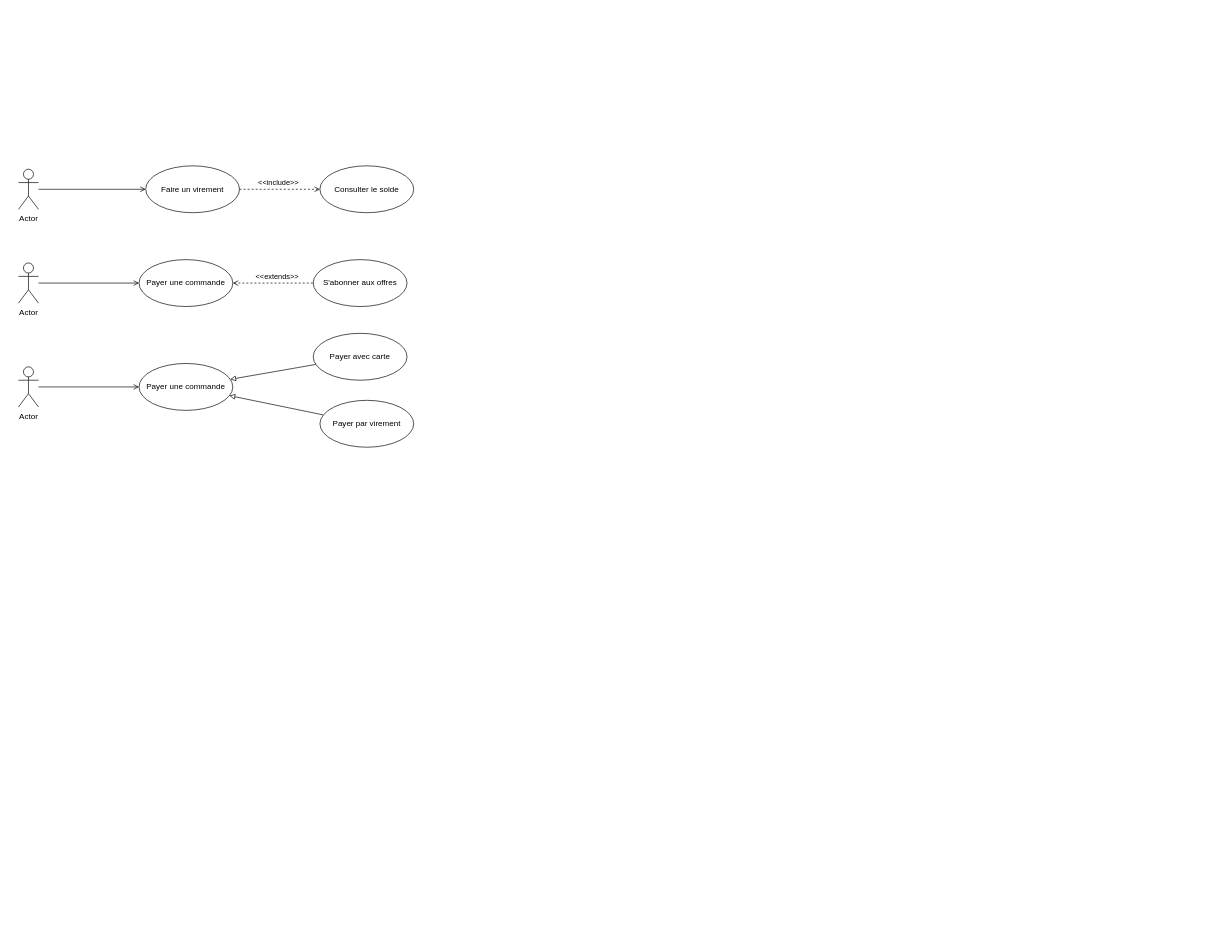
This is UseCases/Diagrammes/Diagramme base.drawio from choquitofrito/Int3-WAD-UML, a draw.io file, before an edit. Source tidied: cells renumbered, new cells numbered last; positions are measured from the earlier drawing's top-left corner, leaving out a move shared by most shapes. Both pictures are drawn from the tidied source at 67%, with x=0, y=0 at pixel (18, 165).
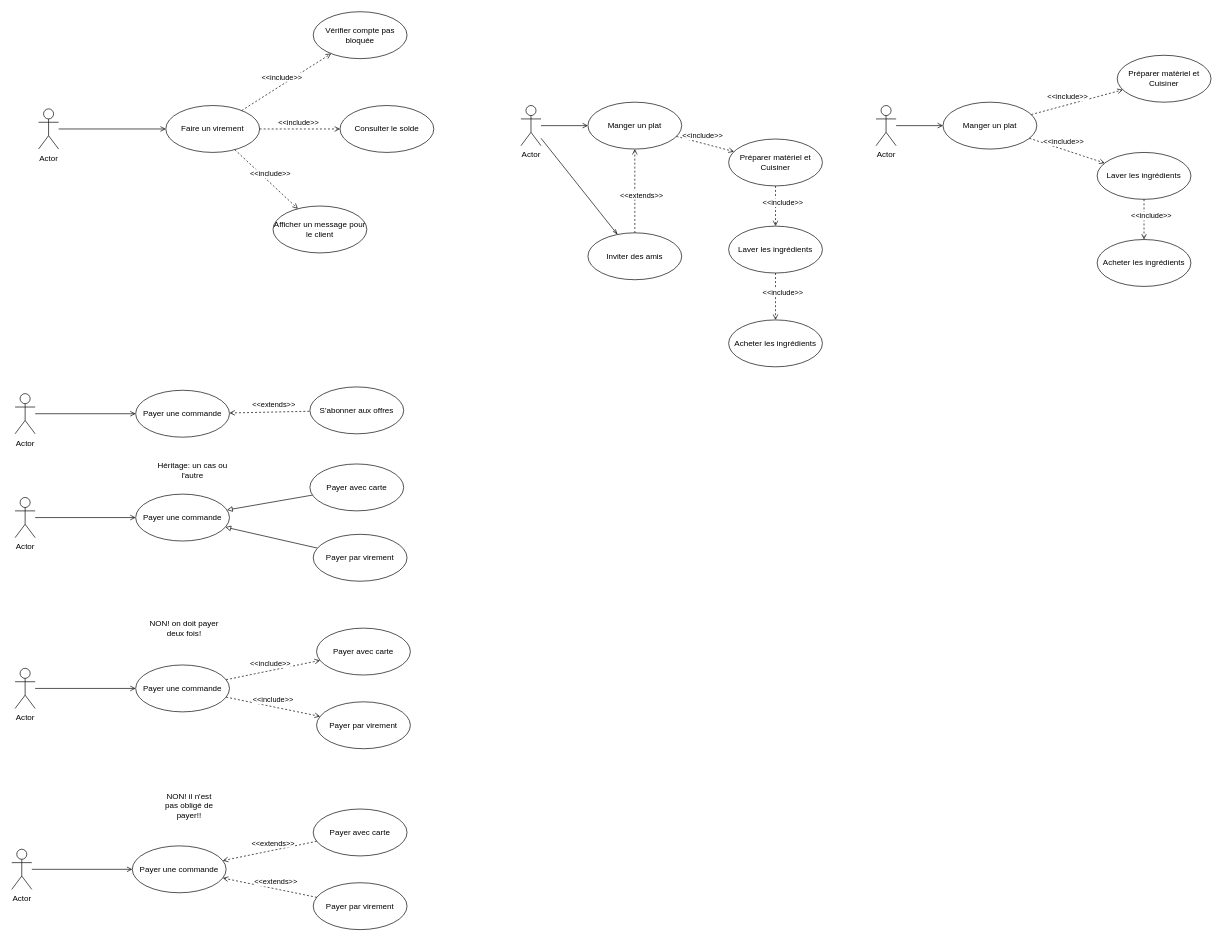
Above is the later version.

Commit message (it also covers changes not shown here):
avant exercices

What changed in the source:
```diff
@@
-    <mxCell id="2" style="edgeStyle=orthogonalEdgeStyle;rounded=0;jettySize=auto;html=1;startArrow=none;startFill=0;endArrow=open;endFill=0;" parent="1" edge="1" source="3" target="4">
+    <mxCell id="2" style="rounded=0;jettySize=auto;html=1;startArrow=none;startFill=0;endArrow=open;endFill=0;" parent="1" edge="1" source="3" target="4">
       <mxGeometry relative="1" as="geometry" />
     </mxCell>
     <mxCell id="3" value="Actor" style="shape=umlActor;verticalLabelPosition=bottom;verticalAlign=top;html=1;" parent="1" vertex="1">
-      <mxGeometry y="5" width="30" height="60" as="geometry" />
+      <mxGeometry x="30" y="-85" width="30" height="60" as="geometry" />
     </mxCell>
     <mxCell id="4" value="Faire un virement" style="ellipse;whiteSpace=wrap;html=1;" parent="1" vertex="1">
-      <mxGeometry x="190" width="140" height="70" as="geometry" />
+      <mxGeometry x="220" y="-90" width="140" height="70" as="geometry" />
     </mxCell>
     <mxCell id="5" value="Consulter le solde" style="ellipse;whiteSpace=wrap;html=1;" parent="1" vertex="1">
-      <mxGeometry x="450" width="140" height="70" as="geometry" />
+      <mxGeometry x="480" y="-90" width="140" height="70" as="geometry" />
     </mxCell>
@@
-    <mxCell id="7" style="edgeStyle=orthogonalEdgeStyle;rounded=0;jettySize=auto;html=1;startArrow=none;startFill=0;endArrow=open;endFill=0;" parent="1" edge="1" source="8" target="9">
+    <mxCell id="7" style="rounded=0;jettySize=auto;html=1;startArrow=none;startFill=0;endArrow=open;endFill=0;" parent="1" edge="1" source="8" target="9">
       <mxGeometry relative="1" as="geometry" />
     </mxCell>
     <mxCell id="8" value="Actor" style="shape=umlActor;verticalLabelPosition=bottom;verticalAlign=top;html=1;" parent="1" vertex="1">
-      <mxGeometry y="145" width="30" height="60" as="geometry" />
+      <mxGeometry x="-5" y="340" width="30" height="60" as="geometry" />
     </mxCell>
     <mxCell id="9" value="Payer une commande" style="ellipse;whiteSpace=wrap;html=1;" parent="1" vertex="1">
-      <mxGeometry x="180" y="140" width="140" height="70" as="geometry" />
+      <mxGeometry x="175" y="335" width="140" height="70" as="geometry" />
     </mxCell>
     <mxCell id="10" value="S'abonner aux offres" style="ellipse;whiteSpace=wrap;html=1;" parent="1" vertex="1">
-      <mxGeometry x="440" y="140" width="140" height="70" as="geometry" />
+      <mxGeometry x="435" y="330" width="140" height="70" as="geometry" />
     </mxCell>
@@
-    <mxCell id="12" style="edgeStyle=orthogonalEdgeStyle;rounded=0;jettySize=auto;html=1;startArrow=none;startFill=0;endArrow=open;endFill=0;" parent="1" edge="1" source="13" target="16">
+    <mxCell id="12" style="rounded=0;jettySize=auto;html=1;startArrow=none;startFill=0;endArrow=open;endFill=0;" parent="1" edge="1" source="13" target="16">
       <mxGeometry relative="1" as="geometry" />
     </mxCell>
     <mxCell id="13" value="Actor" style="shape=umlActor;verticalLabelPosition=bottom;verticalAlign=top;html=1;outlineConnect=0;" parent="1" vertex="1">
-      <mxGeometry y="300" width="30" height="60" as="geometry" />
+      <mxGeometry x="-5" y="495" width="30" height="60" as="geometry" />
     </mxCell>
@@
     <mxCell id="16" value="Payer une commande" style="ellipse;whiteSpace=wrap;html=1;" parent="1" vertex="1">
-      <mxGeometry x="180" y="295" width="140" height="70" as="geometry" />
+      <mxGeometry x="175" y="490" width="140" height="70" as="geometry" />
     </mxCell>
     <mxCell id="17" value="Payer avec carte" style="ellipse;whiteSpace=wrap;html=1;" parent="1" vertex="1">
-      <mxGeometry x="440" y="250" width="140" height="70" as="geometry" />
+      <mxGeometry x="435" y="445" width="140" height="70" as="geometry" />
     </mxCell>
     <mxCell id="18" value="Payer par virement" style="ellipse;whiteSpace=wrap;html=1;" parent="1" vertex="1">
-      <mxGeometry x="450" y="350" width="140" height="70" as="geometry" />
+      <mxGeometry x="440" y="550" width="140" height="70" as="geometry" />
     </mxCell>
+    <mxCell id="19" value="Vérifier compte pas bloquée" style="ellipse;whiteSpace=wrap;html=1;" parent="1" vertex="1">
+      <mxGeometry x="440" y="-230" width="140" height="70" as="geometry" />
+    </mxCell>
+    <mxCell id="20" value="&amp;lt;&amp;lt;include&amp;gt;&amp;gt;" style="endArrow=open;html=1;endFill=0;dashed=1;" parent="1" edge="1" source="4" target="19">
+      <mxGeometry x="-0.03" y="10" relative="1" as="geometry" />
+    </mxCell>
+    <mxCell id="21" value="Afficher un message pour le client" style="ellipse;whiteSpace=wrap;html=1;" parent="1" vertex="1">
+      <mxGeometry x="380" y="60" width="140" height="70" as="geometry" />
+    </mxCell>
+    <mxCell id="22" value="&amp;lt;&amp;lt;include&amp;gt;&amp;gt;" style="endArrow=open;html=1;endFill=0;dashed=1;" parent="1" edge="1" source="4" target="21">
+      <mxGeometry x="-0.03" y="10" relative="1" as="geometry" />
+    </mxCell>
+    <mxCell id="23" style="rounded=0;jettySize=auto;html=1;startArrow=none;startFill=0;endArrow=open;endFill=0;" parent="1" edge="1" source="25" target="28">
+      <mxGeometry relative="1" as="geometry" />
+    </mxCell>
+    <mxCell id="24" style="edgeStyle=none;rounded=0;jettySize=auto;html=1;endArrow=openThin;endFill=0;" parent="1" edge="1" source="25" target="42">
+      <mxGeometry relative="1" as="geometry" />
+    </mxCell>
+    <mxCell id="25" value="Actor" style="shape=umlActor;verticalLabelPosition=bottom;verticalAlign=top;html=1;" parent="1" vertex="1">
+      <mxGeometry x="750" y="-90" width="30" height="60" as="geometry" />
+    </mxCell>
+    <mxCell id="26" value="Acheter les ingrédients" style="ellipse;whiteSpace=wrap;html=1;" parent="1" vertex="1">
+      <mxGeometry x="1060" y="230" width="140" height="70" as="geometry" />
+    </mxCell>
+    <mxCell id="27" value="Préparer matèriel et Cuisiner" style="ellipse;whiteSpace=wrap;html=1;" parent="1" vertex="1">
+      <mxGeometry x="1060" y="-40" width="140" height="70" as="geometry" />
+    </mxCell>
+    <mxCell id="28" value="Manger un plat" style="ellipse;whiteSpace=wrap;html=1;" parent="1" vertex="1">
+      <mxGeometry x="850" y="-95" width="140" height="70" as="geometry" />
+    </mxCell>
+    <mxCell id="29" value="Laver les ingrédients" style="ellipse;whiteSpace=wrap;html=1;" parent="1" vertex="1">
+      <mxGeometry x="1060" y="90" width="140" height="70" as="geometry" />
+    </mxCell>
+    <mxCell id="30" value="&amp;lt;&amp;lt;include&amp;gt;&amp;gt;" style="endArrow=open;html=1;endFill=0;dashed=1;" parent="1" edge="1" source="28" target="27">
+      <mxGeometry x="-0.16" y="11" relative="1" as="geometry" />
+    </mxCell>
+    <mxCell id="31" value="&amp;lt;&amp;lt;include&amp;gt;&amp;gt;" style="endArrow=open;html=1;endFill=0;dashed=1;" parent="1" edge="1" source="27" target="29">
+      <mxGeometry x="-0.16" y="11" relative="1" as="geometry" />
+    </mxCell>
+    <mxCell id="32" value="&amp;lt;&amp;lt;include&amp;gt;&amp;gt;" style="endArrow=open;html=1;endFill=0;dashed=1;" parent="1" edge="1" source="29" target="26">
+      <mxGeometry x="-0.16" y="11" relative="1" as="geometry" />
+    </mxCell>
+    <mxCell id="33" style="rounded=0;jettySize=auto;html=1;startArrow=none;startFill=0;endArrow=open;endFill=0;" parent="1" edge="1" source="34" target="37">
+      <mxGeometry relative="1" as="geometry" />
+    </mxCell>
+    <mxCell id="34" value="Actor" style="shape=umlActor;verticalLabelPosition=bottom;verticalAlign=top;html=1;" parent="1" vertex="1">
+      <mxGeometry x="1280" y="-90" width="30" height="60" as="geometry" />
+    </mxCell>
+    <mxCell id="35" value="Acheter les ingrédients" style="ellipse;whiteSpace=wrap;html=1;" parent="1" vertex="1">
+      <mxGeometry x="1610" y="110" width="140" height="70" as="geometry" />
+    </mxCell>
+    <mxCell id="36" value="Préparer matèriel et Cuisiner" style="ellipse;whiteSpace=wrap;html=1;" parent="1" vertex="1">
+      <mxGeometry x="1640" y="-165" width="140" height="70" as="geometry" />
+    </mxCell>
+    <mxCell id="37" value="Manger un plat" style="ellipse;whiteSpace=wrap;html=1;" parent="1" vertex="1">
+      <mxGeometry x="1380" y="-95" width="140" height="70" as="geometry" />
+    </mxCell>
+    <mxCell id="38" value="Laver les ingrédients" style="ellipse;whiteSpace=wrap;html=1;" parent="1" vertex="1">
+      <mxGeometry x="1610" y="-20" width="140" height="70" as="geometry" />
+    </mxCell>
+    <mxCell id="39" value="&amp;lt;&amp;lt;include&amp;gt;&amp;gt;" style="endArrow=open;html=1;endFill=0;dashed=1;" parent="1" edge="1" source="37" target="36">
+      <mxGeometry x="-0.16" y="11" relative="1" as="geometry" />
+    </mxCell>
+    <mxCell id="40" value="&amp;lt;&amp;lt;include&amp;gt;&amp;gt;" style="endArrow=open;html=1;endFill=0;dashed=1;" parent="1" edge="1" source="37" target="38">
+      <mxGeometry x="-0.16" y="11" relative="1" as="geometry" />
+    </mxCell>
+    <mxCell id="41" value="&amp;lt;&amp;lt;include&amp;gt;&amp;gt;" style="endArrow=open;html=1;endFill=0;dashed=1;" parent="1" edge="1" source="38" target="35">
+      <mxGeometry x="-0.16" y="11" relative="1" as="geometry" />
+    </mxCell>
+    <mxCell id="42" value="Inviter des amis" style="ellipse;whiteSpace=wrap;html=1;" parent="1" vertex="1">
+      <mxGeometry x="850" y="100" width="140" height="70" as="geometry" />
+    </mxCell>
+    <mxCell id="43" value="&amp;lt;&amp;lt;extends&amp;gt;&amp;gt;" style="endArrow=none;html=1;endFill=0;dashed=1;startArrow=open;startFill=0;" parent="1" edge="1" source="28" target="42">
+      <mxGeometry x="0.1" y="10" relative="1" as="geometry" />
+    </mxCell>
+    <mxCell id="44" style="rounded=0;jettySize=auto;html=1;startArrow=none;startFill=0;endArrow=open;endFill=0;" parent="1" edge="1" source="45" target="46">
+      <mxGeometry relative="1" as="geometry" />
+    </mxCell>
+    <mxCell id="45" value="Actor" style="shape=umlActor;verticalLabelPosition=bottom;verticalAlign=top;html=1;outlineConnect=0;" parent="1" vertex="1">
+      <mxGeometry x="-5" y="750" width="30" height="60" as="geometry" />
+    </mxCell>
+    <mxCell id="46" value="Payer une commande" style="ellipse;whiteSpace=wrap;html=1;" parent="1" vertex="1">
+      <mxGeometry x="175" y="745" width="140" height="70" as="geometry" />
+    </mxCell>
+    <mxCell id="47" value="Payer avec carte" style="ellipse;whiteSpace=wrap;html=1;" parent="1" vertex="1">
+      <mxGeometry x="445" y="690" width="140" height="70" as="geometry" />
+    </mxCell>
+    <mxCell id="48" value="Payer par virement" style="ellipse;whiteSpace=wrap;html=1;" parent="1" vertex="1">
+      <mxGeometry x="445" y="800" width="140" height="70" as="geometry" />
+    </mxCell>
+    <mxCell id="49" value="&amp;lt;&amp;lt;include&amp;gt;&amp;gt;" style="endArrow=open;html=1;endFill=0;dashed=1;" parent="1" edge="1" source="46" target="47">
+      <mxGeometry x="-0.03" y="10" relative="1" as="geometry" />
+    </mxCell>
+    <mxCell id="50" value="&amp;lt;&amp;lt;include&amp;gt;&amp;gt;" style="endArrow=open;html=1;endFill=0;dashed=1;" parent="1" edge="1" source="46" target="48">
+      <mxGeometry x="-0.03" y="10" relative="1" as="geometry" />
+    </mxCell>
+    <mxCell id="51" value="NON! on doit payer deux fois!" style="text;html=1;strokeColor=none;fillColor=none;align=center;verticalAlign=middle;whiteSpace=wrap;rounded=0;" parent="1" vertex="1">
+      <mxGeometry x="195" y="670" width="105" height="40" as="geometry" />
+    </mxCell>
+    <mxCell id="52" style="rounded=0;jettySize=auto;html=1;startArrow=none;startFill=0;endArrow=open;endFill=0;" parent="1" edge="1" source="53" target="54">
+      <mxGeometry relative="1" as="geometry" />
+    </mxCell>
+    <mxCell id="53" value="Actor" style="shape=umlActor;verticalLabelPosition=bottom;verticalAlign=top;html=1;outlineConnect=0;" parent="1" vertex="1">
+      <mxGeometry x="-10" y="1020" width="30" height="60" as="geometry" />
+    </mxCell>
+    <mxCell id="54" value="Payer une commande" style="ellipse;whiteSpace=wrap;html=1;" parent="1" vertex="1">
+      <mxGeometry x="170" y="1015" width="140" height="70" as="geometry" />
+    </mxCell>
+    <mxCell id="55" value="Payer avec carte" style="ellipse;whiteSpace=wrap;html=1;" parent="1" vertex="1">
+      <mxGeometry x="440" y="960" width="140" height="70" as="geometry" />
+    </mxCell>
+    <mxCell id="56" value="Payer par virement" style="ellipse;whiteSpace=wrap;html=1;" parent="1" vertex="1">
+      <mxGeometry x="440" y="1070" width="140" height="70" as="geometry" />
+    </mxCell>
+    <mxCell id="57" value="&amp;lt;&amp;lt;extends&amp;gt;&amp;gt;" style="endArrow=none;html=1;endFill=0;dashed=1;startArrow=open;startFill=0;" parent="1" edge="1" source="54" target="56">
+      <mxGeometry x="0.1" y="10" relative="1" as="geometry" />
+    </mxCell>
+    <mxCell id="58" value="&amp;lt;&amp;lt;extends&amp;gt;&amp;gt;" style="endArrow=none;html=1;endFill=0;dashed=1;startArrow=open;startFill=0;" parent="1" edge="1" source="54" target="55">
+      <mxGeometry x="0.1" y="10" relative="1" as="geometry" />
+    </mxCell>
+    <mxCell id="59" value="NON! il n'est pas obligé de payer!!" style="text;html=1;strokeColor=none;fillColor=none;align=center;verticalAlign=middle;whiteSpace=wrap;rounded=0;" parent="1" vertex="1">
+      <mxGeometry x="210" y="940" width="90" height="30" as="geometry" />
+    </mxCell>
+    <mxCell id="60" value="Héritage: un cas ou l'autre" style="text;html=1;strokeColor=none;fillColor=none;align=center;verticalAlign=middle;whiteSpace=wrap;rounded=0;" parent="1" vertex="1">
+      <mxGeometry x="200" y="445" width="120" height="20" as="geometry" />
+    </mxCell>
```
